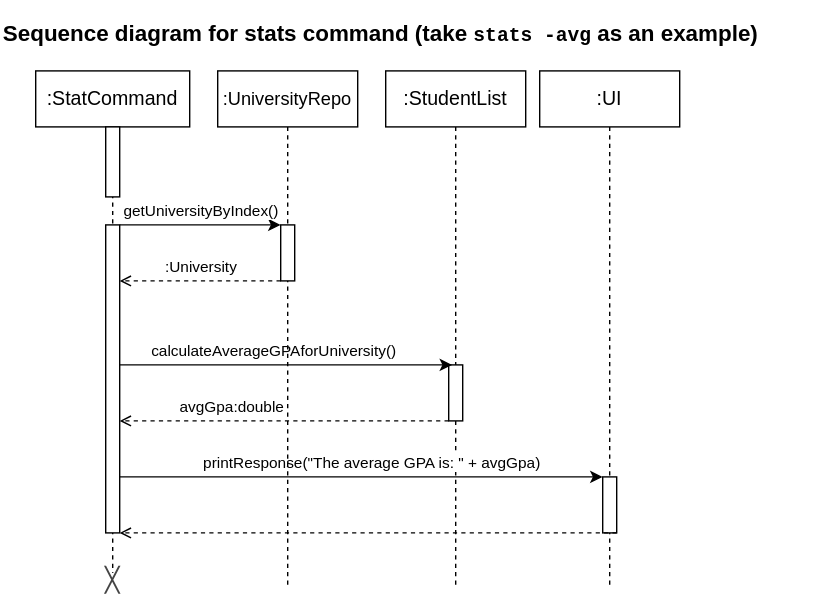
The draw.io diagram docs/UML_Diagrams/StatSequence.drawio.svg in paulktham/tp, before a commit. Source tidied: cells renumbered, new cells last; positions are measured from the earlier drawing's top-left corner, leaving out a move shared by most shapes.
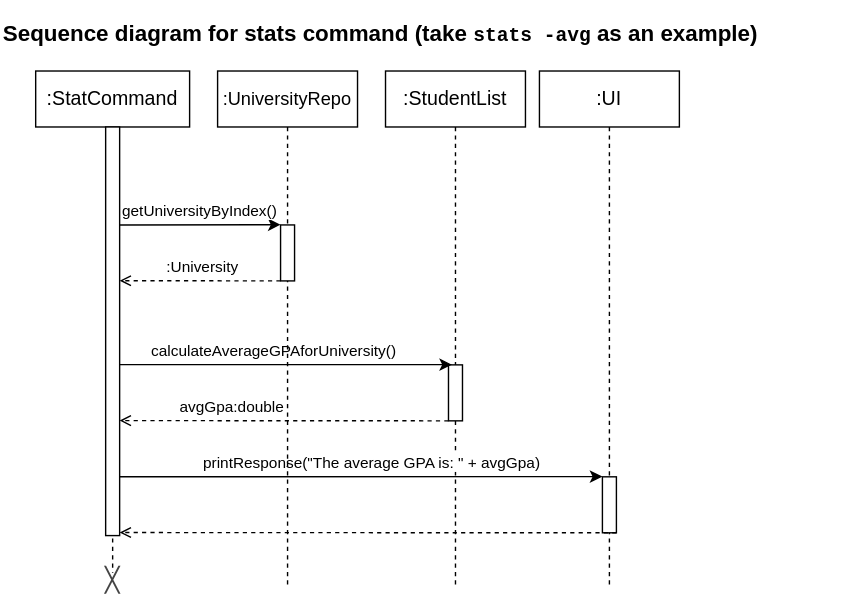
The same diagram one commit later.

Commit message:
Close activation bar in StatSequence.drawio.svg

The edit, as a diff of the source:
```diff
@@ -6,11 +6,8 @@
       <mxGeometry x="25" y="50" width="110" height="370" as="geometry" />
     </mxCell>
     <mxCell id="3" style="html=1;perimeter=orthogonalPerimeter;targetShapes=umlLifeline;newEdgeStyle={&quot;edgeStyle&quot;:&quot;elbowEdgeStyle&quot;,&quot;elbow&quot;:&quot;vertical&quot;,&quot;curved&quot;:0,&quot;rounded&quot;:0};" parent="2" vertex="1">
-      <mxGeometry x="50" y="40" width="10" height="50" as="geometry" />
+      <mxGeometry x="50" y="40" width="10" height="292" as="geometry" />
     </mxCell>
-    <mxCell id="4" style="html=1;points=[];perimeter=orthogonalPerimeter;outlineConnect=0;targetShapes=umlLifeline;portConstraint=eastwest;newEdgeStyle={&quot;edgeStyle&quot;:&quot;elbowEdgeStyle&quot;,&quot;elbow&quot;:&quot;vertical&quot;,&quot;curved&quot;:0,&quot;rounded&quot;:0};" parent="2" vertex="1">
-      <mxGeometry x="50" y="110" width="10" height="220" as="geometry" />
-    </mxCell>
     <mxCell id="5" value="&lt;span style=&quot;color: rgb(68, 68, 68); font-family: Arial, Helvetica, sans-serif; text-align: left; background-color: rgb(255, 255, 255);&quot;&gt;&lt;font style=&quot;font-size: 17px;&quot;&gt;╳&lt;/font&gt;&lt;/span&gt;" style="text;html=1;align=center;verticalAlign=middle;whiteSpace=wrap;rounded=0;" parent="1" vertex="1">
       <mxGeometry x="50" y="400" width="60" height="30" as="geometry" />
     </mxCell>
@@ -20,8 +17,9 @@
     <mxCell id="7" style="html=1;perimeter=orthogonalPerimeter;targetShapes=umlLifeline;newEdgeStyle={&quot;edgeStyle&quot;:&quot;elbowEdgeStyle&quot;,&quot;elbow&quot;:&quot;vertical&quot;,&quot;curved&quot;:0,&quot;rounded&quot;:0};" parent="6" vertex="1">
       <mxGeometry x="45" y="210" width="10" height="40" as="geometry" />
     </mxCell>
-    <mxCell id="8" value="calculateAverageGPAforUniversity()" style="edgeStyle=elbowEdgeStyle;rounded=0;jettySize=auto;html=1;elbow=vertical;curved=0;" parent="1" edge="1" source="4">
+    <mxCell id="8" value="calculateAverageGPAforUniversity()" style="edgeStyle=elbowEdgeStyle;rounded=0;orthogonalLoop=1;jettySize=auto;html=1;elbow=vertical;curved=0;" parent="1" edge="1">
       <mxGeometry x="-0.08" y="10" relative="1" as="geometry">
+        <mxPoint x="85" y="259.8" as="sourcePoint" />
         <mxPoint x="322.5" y="259.5" as="targetPoint" />
       </mxGeometry>
     </mxCell>
@@ -43,9 +41,10 @@
         <mxPoint x="430" y="340" as="targetPoint" />
       </mxGeometry>
     </mxCell>
-    <mxCell id="13" style="edgeStyle=elbowEdgeStyle;rounded=0;jettySize=auto;html=1;elbow=vertical;curved=0;endArrow=open;endFill=0;dashed=1;" parent="1" edge="1" target="4">
+    <mxCell id="13" style="edgeStyle=elbowEdgeStyle;rounded=0;orthogonalLoop=1;jettySize=auto;html=1;elbow=vertical;curved=0;endArrow=open;endFill=0;dashed=1;" parent="1" edge="1">
       <mxGeometry relative="1" as="geometry">
         <mxPoint x="440" y="380" as="sourcePoint" />
+        <mxPoint x="85" y="379.8" as="targetPoint" />
       </mxGeometry>
     </mxCell>
     <mxCell id="14" value="&lt;font style=&quot;font-size: 13px;&quot;&gt;:UniversityRepo&lt;/font&gt;" style="shape=umlLifeline;perimeter=lifelinePerimeter;whiteSpace=wrap;html=1;newEdgeStyle={&quot;edgeStyle&quot;:&quot;elbowEdgeStyle&quot;,&quot;elbow&quot;:&quot;vertical&quot;,&quot;curved&quot;:0,&quot;rounded&quot;:0};" parent="1" vertex="1">
```
